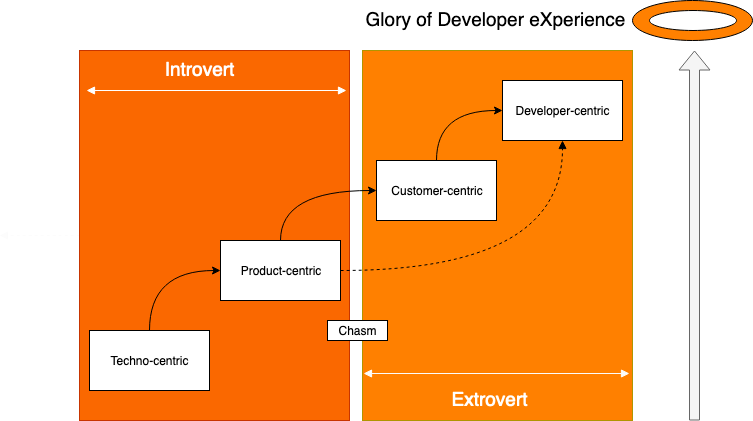
derivativeresearchsystems/100daysofDX keeps this draw.io diagram as assets/img/day67/stages.png. Above is the earlier version. Source tidied: cells renumbered, new cells last; positions are measured from the earlier drawing's top-left corner, leaving out a move shared by most shapes.
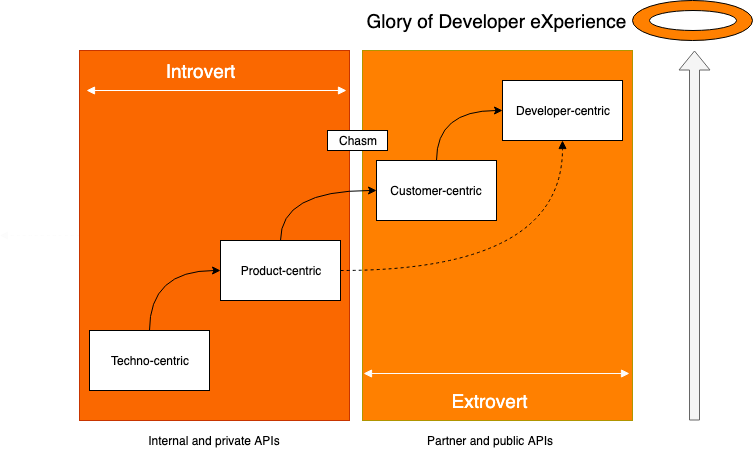
After the change.

Diff of the diagram source:
```diff
@@ -56,7 +56,7 @@
       <mxGeometry x="460" y="390" width="60" height="20" as="geometry" />
     </mxCell>
     <mxCell id="17" value="Chasm" style="text;html=1;strokeColor=#000000;fillColor=#ffffff;align=center;verticalAlign=middle;whiteSpace=wrap;rounded=0;" parent="1" vertex="1">
-      <mxGeometry x="328" y="320" width="60" height="20" as="geometry" />
+      <mxGeometry x="328" y="130" width="60" height="20" as="geometry" />
     </mxCell>
     <mxCell id="18" style="ellipse;whiteSpace=wrap;html=1;strokeColor=#000000;fillColor=#FF8000;fontSize=19;fontColor=#FFFFFF;" parent="1" vertex="1">
       <mxGeometry x="633" width="120" height="40" as="geometry" />
@@ -73,5 +73,11 @@
     <mxCell id="21" value="Glory of Developer eXperience" style="text;html=1;strokeColor=none;fillColor=none;align=center;verticalAlign=middle;whiteSpace=wrap;rounded=0;fontSize=19;fontColor=#000000;" parent="1" vertex="1">
       <mxGeometry x="364.5" y="10" width="263" height="20" as="geometry" />
     </mxCell>
+    <mxCell id="22" value="Internal and private APIs" style="text;html=1;strokeColor=none;fillColor=none;align=center;verticalAlign=middle;whiteSpace=wrap;rounded=0;" parent="1" vertex="1">
+      <mxGeometry x="140" y="430" width="150" height="20" as="geometry" />
+    </mxCell>
+    <mxCell id="23" value="Partner and public APIs" style="text;html=1;strokeColor=none;fillColor=none;align=center;verticalAlign=middle;whiteSpace=wrap;rounded=0;" parent="1" vertex="1">
+      <mxGeometry x="415" y="430" width="150" height="20" as="geometry" />
+    </mxCell>
   </root>
 </mxGraphModel>
```
